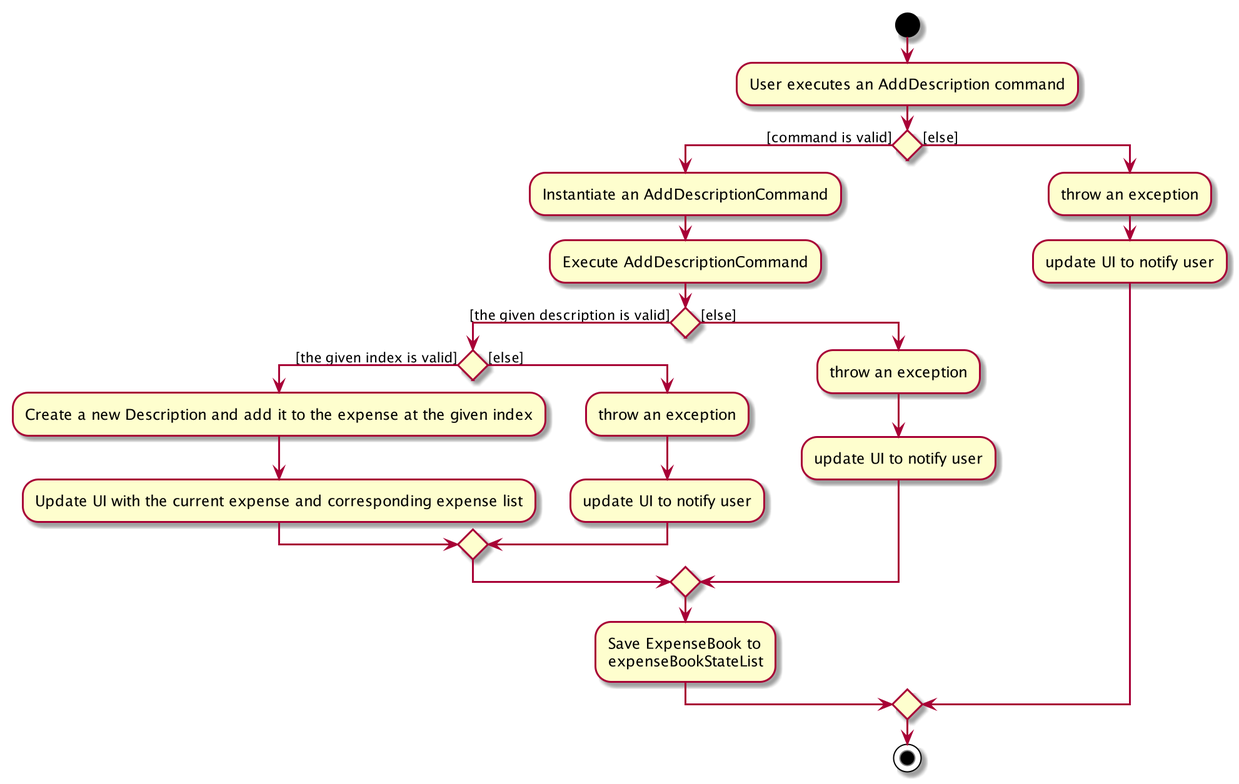
This is docs/images/AddDescriptionActivityDiagram.png from yyutong/tp, a PlantUML export, as it was before one commit.
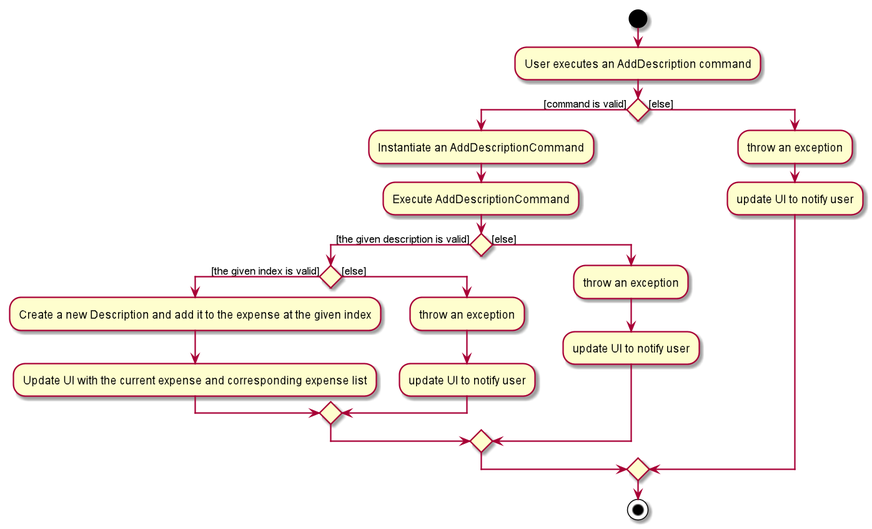
After the commit.

Diff of the diagram source:
```diff
@@ -18,8 +18,6 @@
         :throw an exception;
         :update UI to notify user;
     endif
-    :Save ExpenseBook to
-    expenseBookStateList;
 else ([else])
     :throw an exception;
     :update UI to notify user;
```
